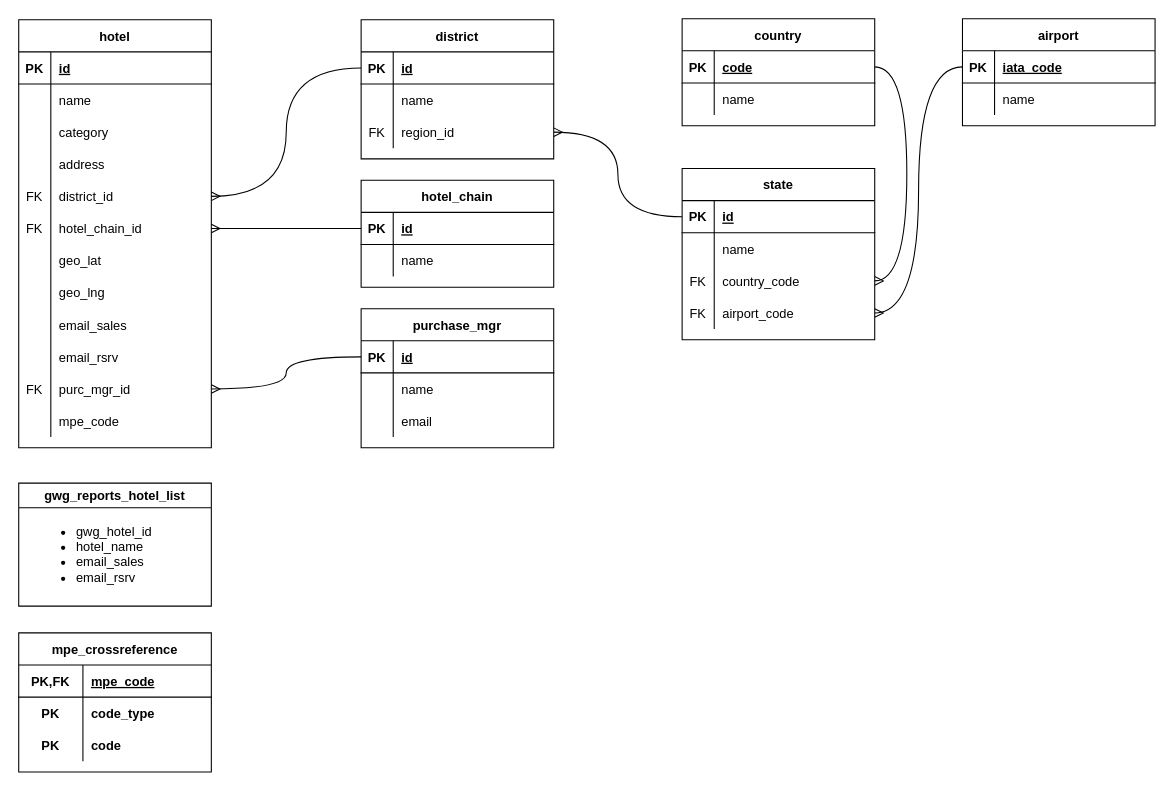
justivan/drawio-diagrams keeps this draw.io diagram as hotels_master_list.drawio. Above is the earlier version. Source tidied: cells renumbered, new cells numbered last; positions are measured from the earlier drawing's top-left corner, leaving out a move shared by most shapes. Both pictures are drawn from the tidied source at 107%, with x=0, y=0 at pixel (18, 18).
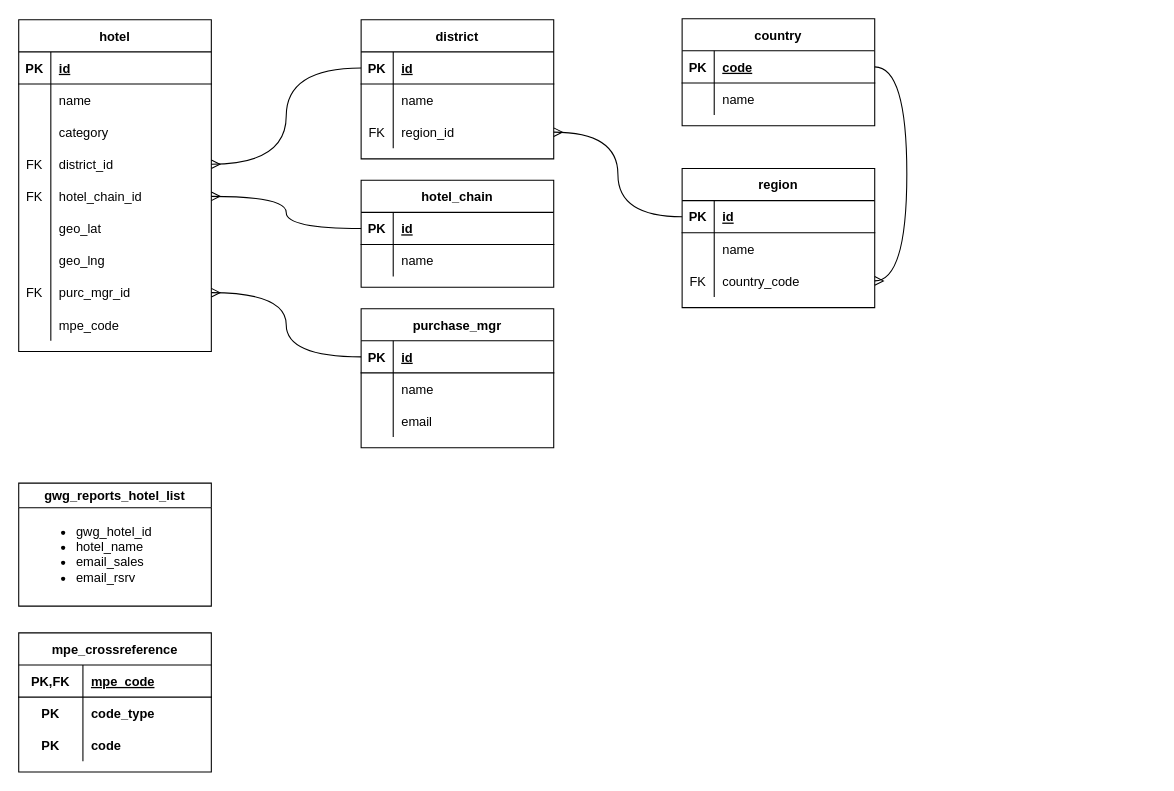
The same diagram, later.

The edit, as a diff of the source:
```diff
@@
     <mxCell id="2" value="hotel" style="shape=table;startSize=30;childLayout=tableLayout;rowLines=0;fontStyle=1;align=center;" parent="1" vertex="1">
-      <mxGeometry y="1" width="180" height="400" as="geometry" />
+      <mxGeometry y="1" width="180" height="310" as="geometry" />
     </mxCell>
@@
-    <mxCell id="12" style="shape=tableRow;horizontal=0;startSize=0;swimlaneHead=0;swimlaneBody=0;fillColor=none;top=0;left=0;right=0;bottom=0;" parent="2" vertex="1">
-      <mxGeometry y="120" width="180" height="30" as="geometry" />
-    </mxCell>
-    <mxCell id="13" style="shape=partialRectangle;fillColor=none;top=0;left=0;bottom=0;right=0;overflow=hidden;" parent="12" vertex="1">
-      <mxGeometry width="30" height="30" as="geometry" />
-    </mxCell>
-    <mxCell id="14" value="address" style="shape=partialRectangle;fillColor=none;top=0;left=0;bottom=0;right=0;align=left;spacingLeft=6;overflow=hidden;" parent="12" vertex="1">
-      <mxGeometry x="30" width="150" height="30" as="geometry" />
-    </mxCell>
     <mxCell id="15" style="shape=tableRow;horizontal=0;startSize=0;swimlaneHead=0;swimlaneBody=0;fillColor=none;points=[[0,0.5],[1,0.5]];portConstraint=eastwest;top=0;left=0;right=0;bottom=0;" parent="2" vertex="1">
-      <mxGeometry y="150" width="180" height="30" as="geometry" />
+      <mxGeometry y="120" width="180" height="30" as="geometry" />
     </mxCell>
@@
     <mxCell id="18" style="shape=tableRow;horizontal=0;startSize=0;swimlaneHead=0;swimlaneBody=0;fillColor=none;points=[[0,0.5],[1,0.5]];portConstraint=eastwest;top=0;left=0;right=0;bottom=0;" parent="2" vertex="1">
-      <mxGeometry y="180" width="180" height="30" as="geometry" />
+      <mxGeometry y="150" width="180" height="30" as="geometry" />
     </mxCell>
@@
     <mxCell id="21" style="shape=tableRow;horizontal=0;startSize=0;swimlaneHead=0;swimlaneBody=0;fillColor=none;top=0;left=0;right=0;bottom=0;" parent="2" vertex="1">
-      <mxGeometry y="210" width="180" height="30" as="geometry" />
+      <mxGeometry y="180" width="180" height="30" as="geometry" />
     </mxCell>
@@
     <mxCell id="24" style="shape=tableRow;horizontal=0;startSize=0;swimlaneHead=0;swimlaneBody=0;fillColor=none;top=0;left=0;right=0;bottom=0;" parent="2" vertex="1">
-      <mxGeometry y="240" width="180" height="30" as="geometry" />
+      <mxGeometry y="210" width="180" height="30" as="geometry" />
     </mxCell>
@@
-    <mxCell id="27" style="shape=tableRow;horizontal=0;startSize=0;swimlaneHead=0;swimlaneBody=0;fillColor=none;top=0;left=0;right=0;bottom=0;" parent="2" vertex="1">
-      <mxGeometry y="270" width="180" height="30" as="geometry" />
-    </mxCell>
-    <mxCell id="28" style="shape=partialRectangle;fillColor=none;top=0;left=0;bottom=0;right=0;overflow=hidden;" parent="27" vertex="1">
-      <mxGeometry width="30" height="30" as="geometry" />
-    </mxCell>
-    <mxCell id="29" value="email_sales" style="shape=partialRectangle;fillColor=none;top=0;left=0;bottom=0;right=0;align=left;spacingLeft=6;overflow=hidden;" parent="27" vertex="1">
-      <mxGeometry x="30" width="150" height="30" as="geometry" />
-    </mxCell>
-    <mxCell id="30" style="shape=tableRow;horizontal=0;startSize=0;swimlaneHead=0;swimlaneBody=0;fillColor=none;top=0;left=0;right=0;bottom=0;" parent="2" vertex="1">
-      <mxGeometry y="300" width="180" height="30" as="geometry" />
-    </mxCell>
-    <mxCell id="31" style="shape=partialRectangle;fillColor=none;top=0;left=0;bottom=0;right=0;overflow=hidden;" parent="30" vertex="1">
-      <mxGeometry width="30" height="30" as="geometry" />
-    </mxCell>
-    <mxCell id="32" value="email_rsrv" style="shape=partialRectangle;fillColor=none;top=0;left=0;bottom=0;right=0;align=left;spacingLeft=6;overflow=hidden;" parent="30" vertex="1">
-      <mxGeometry x="30" width="150" height="30" as="geometry" />
-    </mxCell>
     <mxCell id="33" style="shape=tableRow;horizontal=0;startSize=0;swimlaneHead=0;swimlaneBody=0;fillColor=none;points=[[0,0.5],[1,0.5]];portConstraint=eastwest;top=0;left=0;right=0;bottom=0;" parent="2" vertex="1">
-      <mxGeometry y="330" width="180" height="30" as="geometry" />
+      <mxGeometry y="240" width="180" height="30" as="geometry" />
     </mxCell>
@@
     <mxCell id="36" style="shape=tableRow;horizontal=0;startSize=0;swimlaneHead=0;swimlaneBody=0;fillColor=none;top=0;left=0;right=0;bottom=0;" parent="2" vertex="1">
-      <mxGeometry y="360" width="180" height="30" as="geometry" />
+      <mxGeometry y="270" width="180" height="30" as="geometry" />
     </mxCell>
@@
-    <mxCell id="76" value="state" style="shape=table;startSize=30;childLayout=tableLayout;rowLines=0;fontStyle=1;align=center;" parent="1" vertex="1">
-      <mxGeometry x="620" y="140" width="180" height="160" as="geometry" />
+    <mxCell id="76" value="region" style="shape=table;startSize=30;childLayout=tableLayout;rowLines=0;fontStyle=1;align=center;" parent="1" vertex="1">
+      <mxGeometry x="620" y="140" width="180" height="130" as="geometry" />
     </mxCell>
@@
-    <mxCell id="86" style="shape=tableRow;horizontal=0;startSize=0;swimlaneHead=0;swimlaneBody=0;fillColor=none;points=[[0,0.5],[1,0.5]];portConstraint=eastwest;top=0;left=0;right=0;bottom=0;" parent="76" vertex="1">
-      <mxGeometry y="120" width="180" height="30" as="geometry" />
-    </mxCell>
-    <mxCell id="87" value="FK" style="shape=partialRectangle;fillColor=none;top=0;left=0;bottom=0;right=0;overflow=hidden;" parent="86" vertex="1">
-      <mxGeometry width="30" height="30" as="geometry" />
-    </mxCell>
-    <mxCell id="88" value="airport_code" style="shape=partialRectangle;fillColor=none;top=0;left=0;bottom=0;right=0;align=left;spacingLeft=6;overflow=hidden;" parent="86" vertex="1">
-      <mxGeometry x="30" width="150" height="30" as="geometry" />
-    </mxCell>
@@
-    <mxCell id="91" value="airport" style="shape=table;startSize=30;childLayout=tableLayout;rowLines=0;fontStyle=1;align=center;" parent="1" vertex="1">
-      <mxGeometry x="882" width="180" height="100" as="geometry" />
-    </mxCell>
-    <mxCell id="92" style="shape=tableRow;horizontal=0;startSize=0;swimlaneHead=0;swimlaneBody=0;fillColor=none;points=[[0,0.5],[1,0.5]];portConstraint=eastwest;top=0;left=0;right=0;bottom=1;" parent="91" vertex="1">
-      <mxGeometry y="30" width="180" height="30" as="geometry" />
-    </mxCell>
-    <mxCell id="93" value="PK" style="shape=partialRectangle;fillColor=none;top=0;left=0;bottom=0;right=0;fontStyle=1;overflow=hidden;" parent="92" vertex="1">
-      <mxGeometry width="30" height="30" as="geometry" />
-    </mxCell>
-    <mxCell id="94" value="iata_code" style="shape=partialRectangle;fillColor=none;top=0;left=0;bottom=0;right=0;align=left;spacingLeft=6;fontStyle=5;overflow=hidden;" parent="92" vertex="1">
-      <mxGeometry x="30" width="150" height="30" as="geometry" />
-    </mxCell>
-    <mxCell id="95" style="shape=tableRow;horizontal=0;startSize=0;swimlaneHead=0;swimlaneBody=0;fillColor=none;top=0;left=0;right=0;bottom=0;" parent="91" vertex="1">
-      <mxGeometry y="60" width="180" height="30" as="geometry" />
-    </mxCell>
-    <mxCell id="96" style="shape=partialRectangle;fillColor=none;top=0;left=0;bottom=0;right=0;overflow=hidden;" parent="95" vertex="1">
-      <mxGeometry width="30" height="30" as="geometry" />
-    </mxCell>
-    <mxCell id="97" value="name" style="shape=partialRectangle;fillColor=none;top=0;left=0;bottom=0;right=0;align=left;spacingLeft=6;overflow=hidden;" parent="95" vertex="1">
-      <mxGeometry x="30" width="150" height="30" as="geometry" />
-    </mxCell>
-    <mxCell id="98" style="edgeStyle=orthogonalEdgeStyle;rounded=0;jettySize=auto;html=1;exitX=1;exitY=0.5;exitDx=0;exitDy=0;entryX=1;entryY=0.5;entryDx=0;entryDy=0;endArrow=ERmany;endFill=0;curved=1;" parent="1" edge="1" source="92">
-      <mxGeometry relative="1" as="geometry">
-        <Array as="points">
-          <mxPoint x="563" y="336" />
-          <mxPoint x="563" y="105" />
-        </Array>
-      </mxGeometry>
-    </mxCell>
@@
-    <mxCell id="112" style="edgeStyle=orthogonalEdgeStyle;rounded=0;jettySize=auto;html=1;entryX=1;entryY=0.5;entryDx=0;entryDy=0;endArrow=ERmany;endFill=0;curved=1;exitX=0;exitY=0.5;exitDx=0;exitDy=0;" parent="1" edge="1" source="92" target="86">
-      <mxGeometry relative="1" as="geometry" />
-    </mxCell>
```
